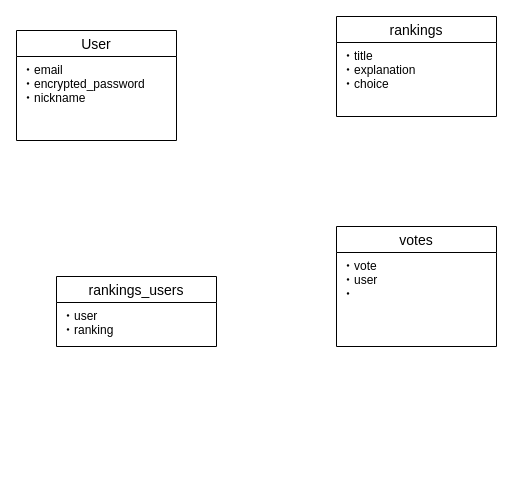
yuta0822/app_rank keeps this draw.io diagram as app_rank.dio. Above is the earlier version. Source tidied: cells renumbered, new cells numbered last; positions are measured from the earlier drawing's top-left corner, leaving out a move shared by most shapes. Both pictures are drawn from the tidied source at 100%, with x=0, y=0 at pixel (16, 16).
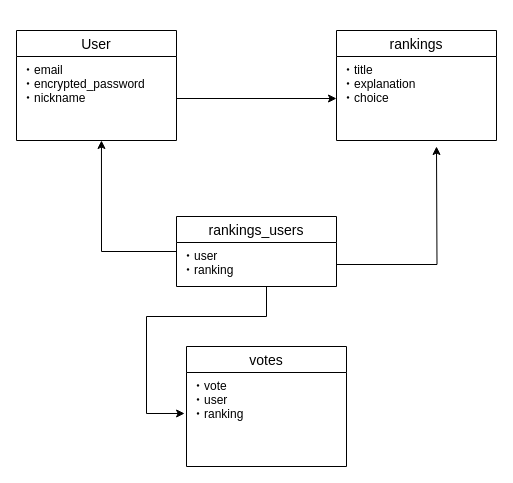
The same diagram, later.

Change to the diagram source:
```diff
@@
 <mxGraphModel>
   <root>
     <mxCell id="0" />
     <mxCell id="1" parent="0" />
     <mxCell id="2" value="votes" style="swimlane;fontStyle=0;horizontal=1;startSize=26;align=center;fontSize=14;" parent="1" vertex="1">
-      <mxGeometry x="320" y="210" width="160" height="120" as="geometry" />
+      <mxGeometry x="170" y="330" width="160" height="120" as="geometry" />
     </mxCell>
-    <mxCell id="3" value="・vote&#10;・user&#10;・&#10;" style="text;strokeColor=none;fillColor=none;spacingLeft=4;spacingRight=4;overflow=hidden;points=[[0,0.5],[1,0.5]];portConstraint=eastwest;fontSize=12;" parent="2" vertex="1">
+    <mxCell id="3" value="・vote&#10;・user&#10;・ranking&#10;" style="text;strokeColor=none;fillColor=none;spacingLeft=4;spacingRight=4;overflow=hidden;points=[[0,0.5],[1,0.5]];portConstraint=eastwest;fontSize=12;" parent="2" vertex="1">
       <mxGeometry y="26" width="160" height="94" as="geometry" />
     </mxCell>
     <mxCell id="4" value="User" style="swimlane;fontStyle=0;horizontal=1;startSize=26;align=center;fontSize=14;" parent="1" vertex="1">
       <mxGeometry y="14" width="160" height="110" as="geometry" />
     </mxCell>
     <mxCell id="5" value="・email&#10;・encrypted_password&#10;・nickname&#10;&#10;&#10;" style="text;strokeColor=none;fillColor=none;spacingLeft=4;spacingRight=4;overflow=hidden;points=[[0,0.5],[1,0.5]];portConstraint=eastwest;fontSize=12;" parent="4" vertex="1">
       <mxGeometry y="26" width="160" height="84" as="geometry" />
     </mxCell>
+    <mxCell id="10" style="edgeStyle=orthogonalEdgeStyle;rounded=0;jettySize=auto;html=1;entryX=0.531;entryY=1;entryDx=0;entryDy=0;entryPerimeter=0;" parent="1" edge="1" source="6" target="5">
+      <mxGeometry relative="1" as="geometry">
+        <Array as="points">
+          <mxPoint x="85" y="235" />
+        </Array>
+      </mxGeometry>
+    </mxCell>
     <mxCell id="6" value="rankings_users" style="swimlane;fontStyle=0;horizontal=1;startSize=26;align=center;fontSize=14;" parent="1" vertex="1">
-      <mxGeometry x="40" y="260" width="160" height="70" as="geometry" />
+      <mxGeometry x="160" y="200" width="160" height="70" as="geometry" />
     </mxCell>
     <mxCell id="7" value="・user&#10;・ranking&#10;" style="text;strokeColor=none;fillColor=none;spacingLeft=4;spacingRight=4;overflow=hidden;points=[[0,0.5],[1,0.5]];portConstraint=eastwest;fontSize=12;" parent="6" vertex="1">
       <mxGeometry y="26" width="160" height="44" as="geometry" />
     </mxCell>
     <mxCell id="8" value="rankings" style="swimlane;fontStyle=0;horizontal=1;startSize=26;align=center;fontSize=14;" parent="1" vertex="1">
-      <mxGeometry x="320" width="160" height="100" as="geometry" />
+      <mxGeometry x="320" y="14" width="160" height="110" as="geometry" />
     </mxCell>
     <mxCell id="9" value="・title&#10;・explanation&#10;・choice&#10;&#10;" style="text;strokeColor=none;fillColor=none;spacingLeft=4;spacingRight=4;overflow=hidden;points=[[0,0.5],[1,0.5]];portConstraint=eastwest;fontSize=12;" parent="8" vertex="1">
-      <mxGeometry y="26" width="160" height="74" as="geometry" />
+      <mxGeometry y="26" width="160" height="84" as="geometry" />
     </mxCell>
+    <mxCell id="11" style="edgeStyle=orthogonalEdgeStyle;rounded=0;jettySize=auto;html=1;entryX=0;entryY=0.5;entryDx=0;entryDy=0;" parent="1" edge="1" source="5" target="9">
+      <mxGeometry relative="1" as="geometry" />
+    </mxCell>
+    <mxCell id="12" style="edgeStyle=orthogonalEdgeStyle;rounded=0;jettySize=auto;html=1;" parent="1" edge="1" source="7">
+      <mxGeometry relative="1" as="geometry">
+        <mxPoint x="420" y="130" as="targetPoint" />
+      </mxGeometry>
+    </mxCell>
+    <mxCell id="13" style="edgeStyle=orthogonalEdgeStyle;rounded=0;jettySize=auto;html=1;entryX=-0.012;entryY=0.436;entryDx=0;entryDy=0;entryPerimeter=0;" parent="1" edge="1" source="7" target="3">
+      <mxGeometry relative="1" as="geometry">
+        <Array as="points">
+          <mxPoint x="250" y="300" />
+          <mxPoint x="130" y="300" />
+          <mxPoint x="130" y="397" />
+        </Array>
+      </mxGeometry>
+    </mxCell>
   </root>
 </mxGraphModel>
```
